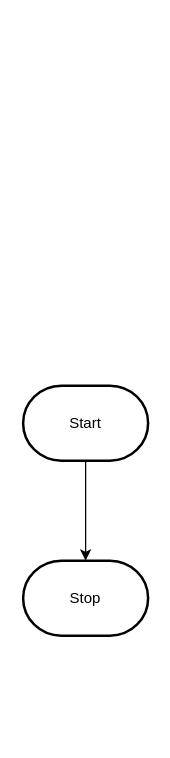
Earlier version of the draw.io diagram design/flowchart.drawio (MTHS-ICS2O-2-2022/ICS2O-Unit-6-04-charlotte-jhu). Source tidied: cells renumbered, new cells numbered last; positions are measured from the earlier drawing's top-left corner, leaving out a move shared by most shapes. Both pictures are drawn from the tidied source at 125%, with x=0, y=0 at pixel (22, 385).
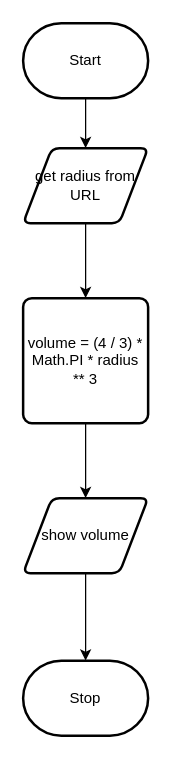
The same diagram, later.

Change to the diagram source:
```diff
@@
 <mxGraphModel>
   <root>
     <mxCell id="0" />
     <mxCell id="1" parent="0" />
-    <mxCell id="2" style="edgeStyle=orthogonalEdgeStyle;html=1;rounded=0;" parent="1" edge="1" source="3" target="4">
-      <mxGeometry relative="1" as="geometry" />
-    </mxCell>
+    <mxCell id="5" style="edgeStyle=none;html=1;exitX=0.5;exitY=1;exitDx=0;exitDy=0;exitPerimeter=0;entryX=0.5;entryY=0;entryDx=0;entryDy=0;" parent="1" edge="1" source="3" target="2">
+      <mxGeometry relative="1" as="geometry" />
+    </mxCell>
     <mxCell id="3" value="Start" style="strokeWidth=2;html=1;shape=mxgraph.flowchart.terminator;whiteSpace=wrap;" parent="1" vertex="1">
-      <mxGeometry width="100" height="60" as="geometry" />
+      <mxGeometry y="-290" width="100" height="60" as="geometry" />
     </mxCell>
     <mxCell id="4" value="Stop" style="strokeWidth=2;html=1;shape=mxgraph.flowchart.terminator;whiteSpace=wrap;" parent="1" vertex="1">
-      <mxGeometry y="140" width="100" height="60" as="geometry" />
+      <mxGeometry y="220" width="100" height="60" as="geometry" />
     </mxCell>
+    <mxCell id="6" style="edgeStyle=none;html=1;exitX=0.5;exitY=1;exitDx=0;exitDy=0;entryX=0.5;entryY=0;entryDx=0;entryDy=0;" parent="1" edge="1" source="2" target="8">
+      <mxGeometry relative="1" as="geometry" />
+    </mxCell>
+    <mxCell id="2" value="get radius from URL" style="shape=parallelogram;html=1;strokeWidth=2;perimeter=parallelogramPerimeter;whiteSpace=wrap;rounded=1;arcSize=12;size=0.23;" parent="1" vertex="1">
+      <mxGeometry y="-190" width="100" height="60" as="geometry" />
+    </mxCell>
+    <mxCell id="7" style="edgeStyle=none;html=1;exitX=0.5;exitY=1;exitDx=0;exitDy=0;" parent="1" edge="1" source="8" target="10">
+      <mxGeometry relative="1" as="geometry" />
+    </mxCell>
+    <mxCell id="8" value="volume = (4 / 3) * Math.PI * radius ** 3" style="rounded=1;whiteSpace=wrap;html=1;absoluteArcSize=1;arcSize=14;strokeWidth=2;" parent="1" vertex="1">
+      <mxGeometry y="-70" width="100" height="100" as="geometry" />
+    </mxCell>
+    <mxCell id="9" style="edgeStyle=none;html=1;exitX=0.5;exitY=1;exitDx=0;exitDy=0;" parent="1" edge="1" source="10" target="4">
+      <mxGeometry relative="1" as="geometry" />
+    </mxCell>
+    <mxCell id="10" value="show volume" style="shape=parallelogram;html=1;strokeWidth=2;perimeter=parallelogramPerimeter;whiteSpace=wrap;rounded=1;arcSize=12;size=0.23;" parent="1" vertex="1">
+      <mxGeometry y="90" width="100" height="60" as="geometry" />
+    </mxCell>
   </root>
 </mxGraphModel>
```
